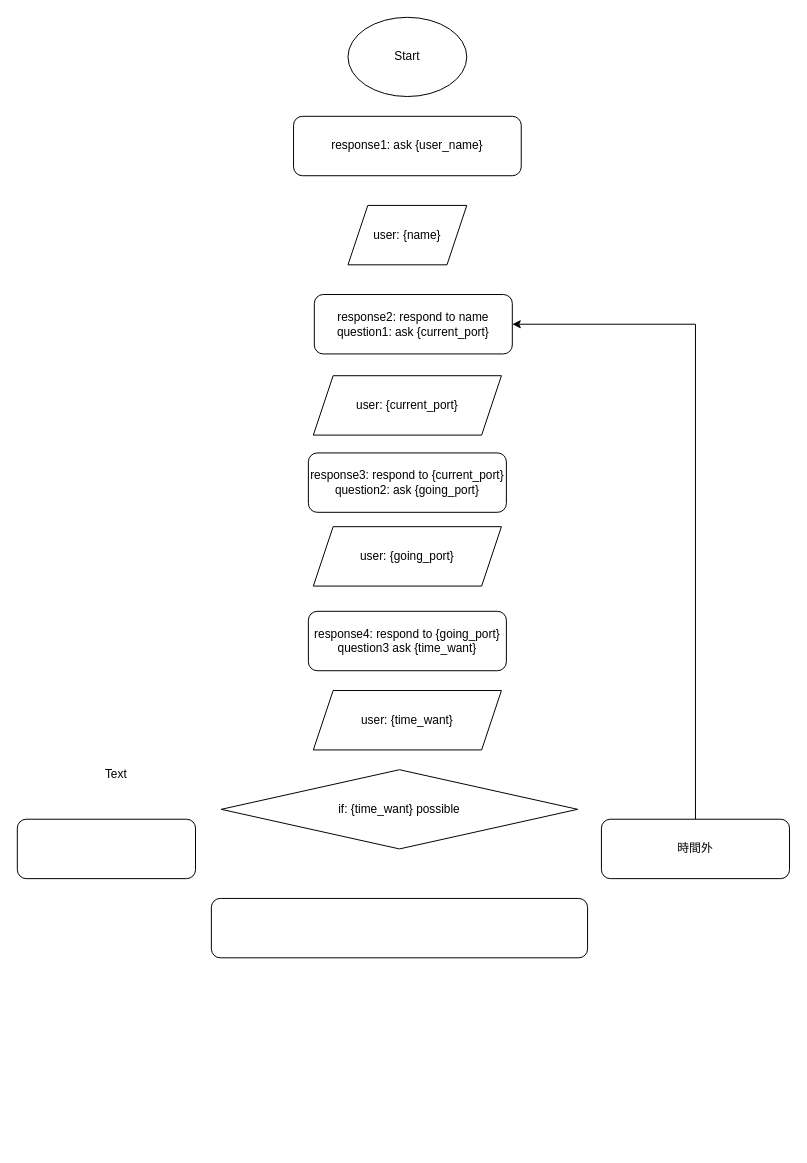
Above: chatbot_plot.drawio in chinggisod/chatbot (draw.io), before the change. Source tidied: cells renumbered, new cells numbered last; positions are measured from the earlier drawing's top-left corner, leaving out a move shared by most shapes. Both pictures are drawn from the tidied source at 99%, with x=0, y=0 at pixel (17, 17).
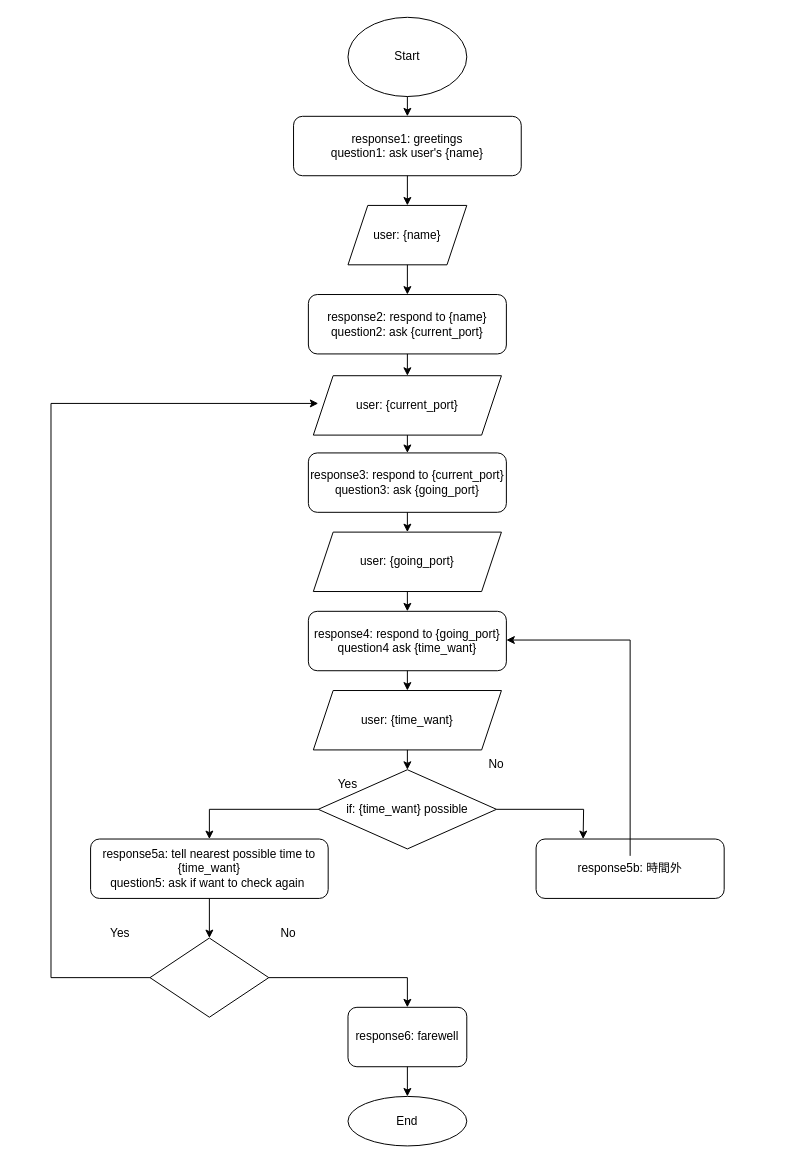
After the change.

Commit message:
chatbot_plot.drawio を更新します

The change refers to these unchanged cells:
```xml
<mxCell id="2" value="Start" style="ellipse;whiteSpace=wrap;html=1;" parent="1" vertex="1">
  <mxGeometry x="334" width="120" height="80" as="geometry" />
</mxCell>
<mxCell id="3" value="user: {name}" style="shape=parallelogram;perimeter=parallelogramPerimeter;whiteSpace=wrap;html=1;fixedSize=1;" parent="1" vertex="1">
  <mxGeometry x="334" y="190" width="120" height="60" as="geometry" />
</mxCell>
<mxCell id="6" value="user: {current_port}" style="shape=parallelogram;perimeter=parallelogramPerimeter;whiteSpace=wrap;html=1;fixedSize=1;" parent="1" vertex="1">
  <mxGeometry x="299" y="362" width="190" height="60" as="geometry" />
</mxCell>
<mxCell id="10" value="user: {time_want}" style="shape=parallelogram;perimeter=parallelogramPerimeter;whiteSpace=wrap;html=1;fixedSize=1;" parent="1" vertex="1">
  <mxGeometry x="299" y="680" width="190" height="60" as="geometry" />
</mxCell>
```

Diff of the diagram source:
```diff
@@
-    <mxCell id="4" value="response1: ask {user_name}" style="rounded=1;whiteSpace=wrap;html=1;" parent="1" vertex="1">
+    <mxCell id="4" value="response1: greetings&lt;br&gt;question1: ask user's {name}" style="rounded=1;whiteSpace=wrap;html=1;" parent="1" vertex="1">
       <mxGeometry x="279" y="100" width="230" height="60" as="geometry" />
     </mxCell>
-    <mxCell id="5" value="response2: respond to name&lt;br&gt;question1: ask {current_port}" style="rounded=1;whiteSpace=wrap;html=1;" parent="1" vertex="1">
-      <mxGeometry x="300" y="280" width="200" height="60" as="geometry" />
+    <mxCell id="5" value="response2: respond to {name}&lt;br&gt;question2: ask {current_port}" style="rounded=1;whiteSpace=wrap;html=1;" parent="1" vertex="1">
+      <mxGeometry x="294" y="280" width="200" height="60" as="geometry" />
     </mxCell>
@@
-    <mxCell id="7" value="response3: respond to {current_port}&lt;br&gt;question2: ask {going_port}" style="rounded=1;whiteSpace=wrap;html=1;" parent="1" vertex="1">
+    <mxCell id="7" value="response3: respond to {current_port}&lt;br&gt;question3: ask {going_port}" style="rounded=1;whiteSpace=wrap;html=1;" parent="1" vertex="1">
       <mxGeometry x="294" y="440" width="200" height="60" as="geometry" />
     </mxCell>
     <mxCell id="8" value="user: {going_port}" style="shape=parallelogram;perimeter=parallelogramPerimeter;whiteSpace=wrap;html=1;fixedSize=1;" parent="1" vertex="1">
-      <mxGeometry x="299" y="514.5" width="190" height="60" as="geometry" />
+      <mxGeometry x="299" y="520" width="190" height="60" as="geometry" />
     </mxCell>
-    <mxCell id="9" value="response4: respond to {going_port}&lt;br&gt;question3 ask {time_want}" style="rounded=1;whiteSpace=wrap;html=1;" parent="1" vertex="1">
+    <mxCell id="9" value="response4: respond to {going_port}&lt;br&gt;question4 ask {time_want}" style="rounded=1;whiteSpace=wrap;html=1;" parent="1" vertex="1">
       <mxGeometry x="294" y="600" width="200" height="60" as="geometry" />
     </mxCell>
@@
     <mxCell id="11" value="if: {time_want} possible" style="rhombus;whiteSpace=wrap;html=1;" parent="1" vertex="1">
-      <mxGeometry x="206" y="760" width="360" height="80" as="geometry" />
+      <mxGeometry x="304" y="760" width="180" height="80" as="geometry" />
     </mxCell>
-    <mxCell id="12" style="rounded=1;whiteSpace=wrap;html=1;" parent="1" vertex="1">
-      <mxGeometry y="810" width="180" height="60" as="geometry" />
+    <mxCell id="12" value="response5a: tell nearest possible time to {time_want}&lt;br&gt;question5: ask if want to check again&amp;nbsp;" style="rounded=1;whiteSpace=wrap;html=1;" parent="1" vertex="1">
+      <mxGeometry x="74" y="830" width="240" height="60" as="geometry" />
     </mxCell>
-    <mxCell id="13" style="rounded=1;whiteSpace=wrap;html=1;" parent="1" vertex="1">
-      <mxGeometry x="196" y="890" width="380" height="60" as="geometry" />
-    </mxCell>
-    <mxCell id="14" value="時間外" style="rounded=1;whiteSpace=wrap;html=1;" parent="1" vertex="1">
-      <mxGeometry x="590" y="810" width="190" height="60" as="geometry" />
+    <mxCell id="14" value="response5b: 時間外" style="rounded=1;whiteSpace=wrap;html=1;" parent="1" vertex="1">
+      <mxGeometry x="524" y="830" width="190" height="60" as="geometry" />
     </mxCell>
-    <mxCell id="15" style="endArrow=classic;html=1;rounded=0;entryX=1;entryY=0.5;entryDx=0;entryDy=0;exitX=0.5;exitY=0;exitDx=0;exitDy=0;" parent="1" edge="1" source="14" target="5">
+    <mxCell id="15" style="endArrow=classic;html=1;rounded=0;exitX=0.5;exitY=0;exitDx=0;exitDy=0;" parent="1" edge="1">
       <mxGeometry relative="1" as="geometry">
+        <mxPoint x="619" y="847" as="sourcePoint" />
+        <mxPoint x="494" y="629" as="targetPoint" />
         <Array as="points">
-          <mxPoint x="685" y="310" />
+          <mxPoint x="619" y="629" />
         </Array>
       </mxGeometry>
     </mxCell>
-    <mxCell id="16" value="Text" style="text;html=1;strokeColor=none;fillColor=none;align=center;verticalAlign=middle;whiteSpace=wrap;rounded=0;" parent="1" vertex="1">
-      <mxGeometry x="70" y="750" width="60" height="30" as="geometry" />
+    <mxCell id="16" value="Yes" style="text;html=1;strokeColor=none;fillColor=none;align=center;verticalAlign=middle;whiteSpace=wrap;rounded=0;" parent="1" vertex="1">
+      <mxGeometry x="304" y="760" width="60" height="30" as="geometry" />
     </mxCell>
+    <mxCell id="17" value="No" style="text;html=1;strokeColor=none;fillColor=none;align=center;verticalAlign=middle;whiteSpace=wrap;rounded=0;" parent="1" vertex="1">
+      <mxGeometry x="454" y="740" width="60" height="30" as="geometry" />
+    </mxCell>
+    <mxCell id="18" style="rhombus;whiteSpace=wrap;html=1;" parent="1" vertex="1">
+      <mxGeometry x="134" y="930" width="120" height="80" as="geometry" />
+    </mxCell>
+    <mxCell id="19" style="endArrow=classic;html=1;rounded=0;" parent="1" edge="1">
+      <mxGeometry relative="1" as="geometry">
+        <mxPoint x="134" y="970" as="sourcePoint" />
+        <mxPoint x="304" y="390" as="targetPoint" />
+        <Array as="points">
+          <mxPoint x="34" y="970" />
+          <mxPoint x="34" y="390" />
+        </Array>
+      </mxGeometry>
+    </mxCell>
+    <mxCell id="20" value="End" style="ellipse;whiteSpace=wrap;html=1;" parent="1" vertex="1">
+      <mxGeometry x="334" y="1090" width="120" height="50" as="geometry" />
+    </mxCell>
+    <mxCell id="21" style="endArrow=classic;html=1;rounded=0;exitX=1;exitY=0.5;exitDx=0;exitDy=0;entryX=0.5;entryY=0;entryDx=0;entryDy=0;" parent="1" edge="1" source="18" target="36">
+      <mxGeometry relative="1" as="geometry">
+        <Array as="points">
+          <mxPoint x="394" y="970" />
+        </Array>
+      </mxGeometry>
+    </mxCell>
+    <mxCell id="22" value="Yes" style="text;html=1;strokeColor=none;fillColor=none;align=center;verticalAlign=middle;whiteSpace=wrap;rounded=0;" parent="1" vertex="1">
+      <mxGeometry x="74" y="910" width="60" height="30" as="geometry" />
+    </mxCell>
+    <mxCell id="23" value="No" style="text;html=1;strokeColor=none;fillColor=none;align=center;verticalAlign=middle;whiteSpace=wrap;rounded=0;" parent="1" vertex="1">
+      <mxGeometry x="244" y="910" width="60" height="30" as="geometry" />
+    </mxCell>
+    <mxCell id="24" style="endArrow=classic;html=1;rounded=0;exitX=0.5;exitY=1;exitDx=0;exitDy=0;entryX=0.5;entryY=0;entryDx=0;entryDy=0;" parent="1" edge="1" source="2" target="4">
+      <mxGeometry relative="1" as="geometry" />
+    </mxCell>
+    <mxCell id="25" style="endArrow=classic;html=1;rounded=0;exitX=0.5;exitY=1;exitDx=0;exitDy=0;entryX=0.5;entryY=0;entryDx=0;entryDy=0;" parent="1" edge="1" source="4" target="3">
+      <mxGeometry relative="1" as="geometry" />
+    </mxCell>
+    <mxCell id="26" style="endArrow=classic;html=1;rounded=0;exitX=0.5;exitY=1;exitDx=0;exitDy=0;entryX=0.5;entryY=0;entryDx=0;entryDy=0;" parent="1" edge="1" source="3" target="5">
+      <mxGeometry relative="1" as="geometry" />
+    </mxCell>
+    <mxCell id="27" style="endArrow=classic;html=1;rounded=0;exitX=0.5;exitY=1;exitDx=0;exitDy=0;entryX=0.5;entryY=0;entryDx=0;entryDy=0;" parent="1" edge="1" source="5" target="6">
+      <mxGeometry relative="1" as="geometry" />
+    </mxCell>
+    <mxCell id="28" style="endArrow=classic;html=1;rounded=0;exitX=0.5;exitY=1;exitDx=0;exitDy=0;entryX=0.5;entryY=0;entryDx=0;entryDy=0;" parent="1" edge="1" source="6" target="7">
+      <mxGeometry relative="1" as="geometry" />
+    </mxCell>
+    <mxCell id="29" style="endArrow=classic;html=1;rounded=0;exitX=0.5;exitY=1;exitDx=0;exitDy=0;entryX=0.5;entryY=0;entryDx=0;entryDy=0;" parent="1" edge="1" source="7" target="8">
+      <mxGeometry relative="1" as="geometry" />
+    </mxCell>
+    <mxCell id="30" style="endArrow=classic;html=1;rounded=0;exitX=0.5;exitY=1;exitDx=0;exitDy=0;" parent="1" edge="1" source="8" target="9">
+      <mxGeometry relative="1" as="geometry" />
+    </mxCell>
+    <mxCell id="31" style="endArrow=classic;html=1;rounded=0;exitX=0.5;exitY=1;exitDx=0;exitDy=0;" parent="1" edge="1" source="9" target="10">
+      <mxGeometry relative="1" as="geometry" />
+    </mxCell>
+    <mxCell id="32" style="endArrow=classic;html=1;rounded=0;exitX=0.5;exitY=1;exitDx=0;exitDy=0;entryX=0.5;entryY=0;entryDx=0;entryDy=0;" parent="1" edge="1" source="10" target="11">
+      <mxGeometry relative="1" as="geometry" />
+    </mxCell>
+    <mxCell id="33" style="endArrow=classic;html=1;rounded=0;entryX=0.25;entryY=0;entryDx=0;entryDy=0;exitX=1;exitY=0.5;exitDx=0;exitDy=0;" parent="1" edge="1" source="11" target="14">
+      <mxGeometry relative="1" as="geometry">
+        <Array as="points">
+          <mxPoint x="572" y="800" />
+        </Array>
+      </mxGeometry>
+    </mxCell>
+    <mxCell id="34" style="endArrow=classic;html=1;rounded=0;entryX=0.5;entryY=0;entryDx=0;entryDy=0;exitX=0;exitY=0.5;exitDx=0;exitDy=0;" parent="1" edge="1" source="11" target="12">
+      <mxGeometry relative="1" as="geometry">
+        <Array as="points">
+          <mxPoint x="194" y="800" />
+        </Array>
+      </mxGeometry>
+    </mxCell>
+    <mxCell id="35" style="endArrow=classic;html=1;rounded=0;exitX=0.5;exitY=1;exitDx=0;exitDy=0;entryX=0.5;entryY=0;entryDx=0;entryDy=0;" parent="1" edge="1" source="12" target="18">
+      <mxGeometry relative="1" as="geometry" />
+    </mxCell>
+    <mxCell id="36" value="response6: farewell" style="rounded=1;whiteSpace=wrap;html=1;" parent="1" vertex="1">
+      <mxGeometry x="334" y="1000" width="120" height="60" as="geometry" />
+    </mxCell>
+    <mxCell id="37" style="endArrow=classic;html=1;rounded=0;entryX=0.5;entryY=0;entryDx=0;entryDy=0;exitX=0.5;exitY=1;exitDx=0;exitDy=0;" parent="1" edge="1" source="36" target="20">
+      <mxGeometry relative="1" as="geometry" />
+    </mxCell>
```
